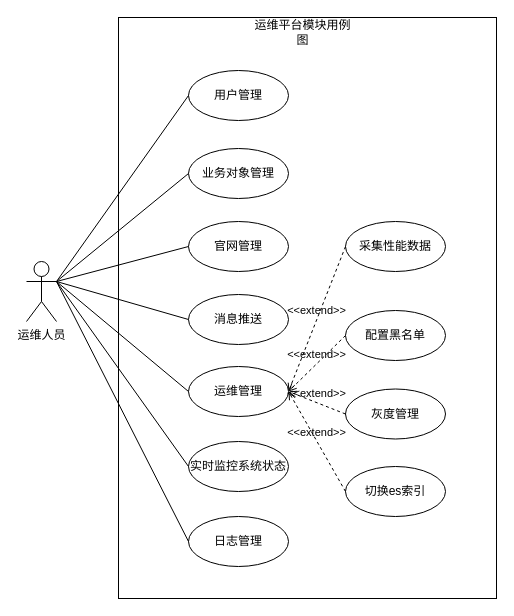
Earlier version of the draw.io diagram 运维平台模块用例图.drawio (qf2020/drawio). Source tidied: cells renumbered, new cells numbered last; positions are measured from the earlier drawing's top-left corner, leaving out a move shared by most shapes. Both pictures are drawn from the tidied source at 100%, with x=0, y=0 at pixel (26, 17).
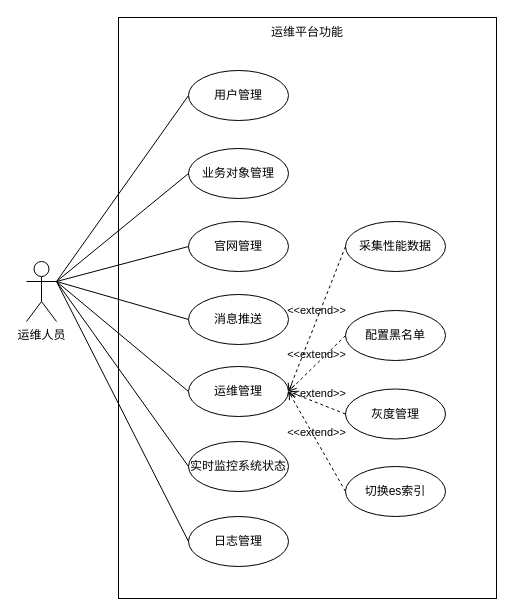
Above is the later version.

Commit message:
更新运维平台模块用例图.drawio

Diff of the diagram source:
```diff
@@
-    <mxCell id="4" value="运维平台模块用例图" style="text;html=1;align=center;verticalAlign=middle;whiteSpace=wrap;rounded=0;" parent="1" vertex="1">
-      <mxGeometry x="227" width="99" height="30" as="geometry" />
+    <mxCell id="4" value="运维平台功能" style="text;html=1;align=center;verticalAlign=middle;whiteSpace=wrap;rounded=0;" parent="1" vertex="1">
+      <mxGeometry x="222" width="118" height="30" as="geometry" />
     </mxCell>
```
